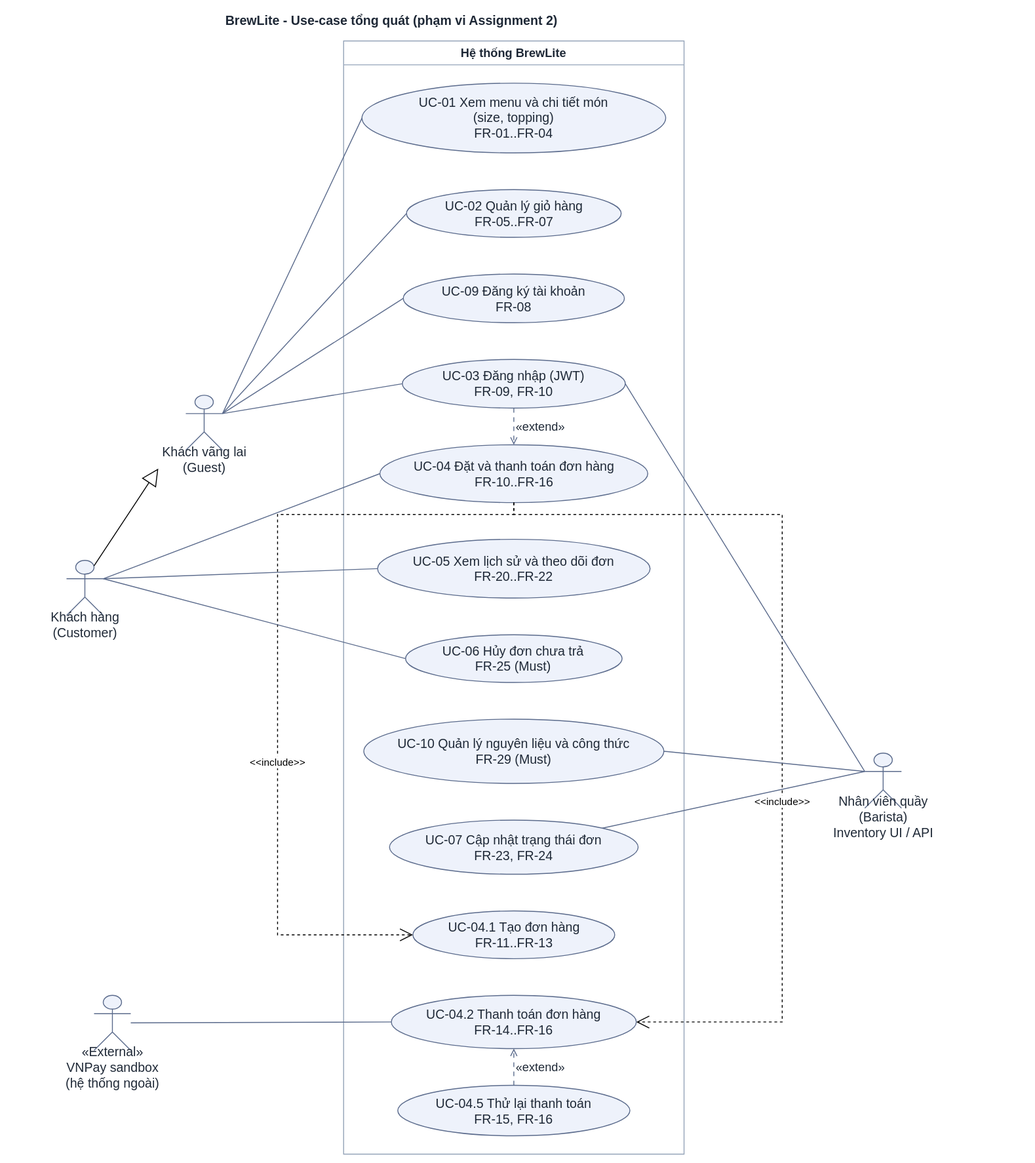
The PlantUML diagram docs/requirements/use-case-overview.svg in DuVinhLoi/BrewLite, before a commit. Its source is kept beside it as docs/requirements/use-case-overview.puml.
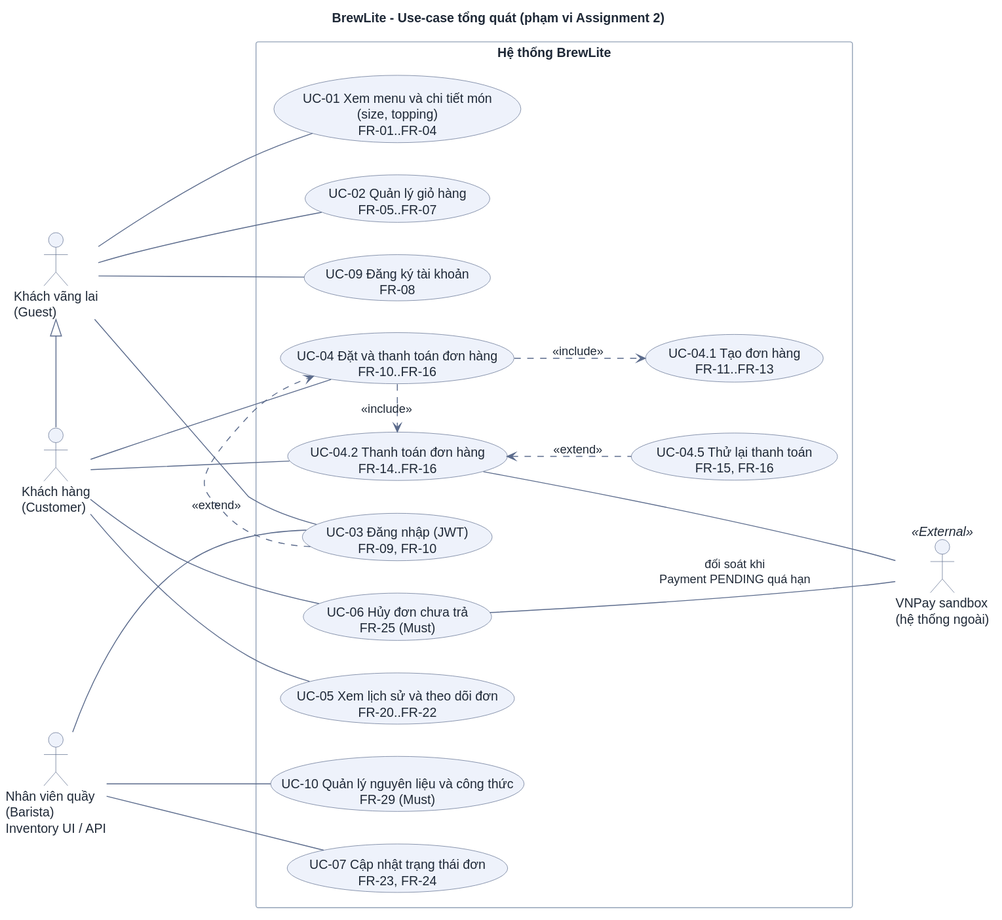
After the commit.

Commit message:
docs(uc): align the checkout use-case diagrams with UML, SRS and sequence

Change to the diagram source:
```diff
@@ -21,7 +21,6 @@
 actor "Nhân viên quầy\n(Barista)\nInventory UI / API" as Barista
 actor "VNPay sandbox\n(hệ thống ngoài)" as Pay <<External>>
 
-Customer --|> Guest
 
 rectangle "Hệ thống BrewLite" {
   usecase "UC-01 Xem menu và chi tiết món\n(size, topping)\nFR-01..FR-04" as UC01
@@ -38,6 +37,8 @@
   usecase "UC-07 Cập nhật trạng thái đơn\nFR-23, FR-24" as UC07
 }
 
+Guest <|- Customer
+
 Guest --- UC01
 Guest --- UC02
 Guest --- UC03
@@ -46,16 +47,22 @@
 Customer --- UC04
 Customer --- UC05
 Customer --- UC06
+Customer --- UC042
 
 Barista --- UC03
 Barista --- UC07
 Barista --- UC10
 
-UC04 .> UC041 : <<include>>
+UC04 ..> UC041 : <<include>>
 UC04 .> UC042 : <<include>>
-UC045 .> UC042 : <<extend>>
+UC042 <.. UC045 : <<extend>>
 UC03 .> UC04 : <<extend>>
+UC042 -[hidden]> UC06
+UC06 -[hidden]> UC05
+UC05 -[hidden]> UC10
+UC10 -[hidden]> UC07
 
 UC042 --- Pay
+UC06 --- Pay : đối soát khi\nPayment PENDING quá hạn
 
 @enduml
```
